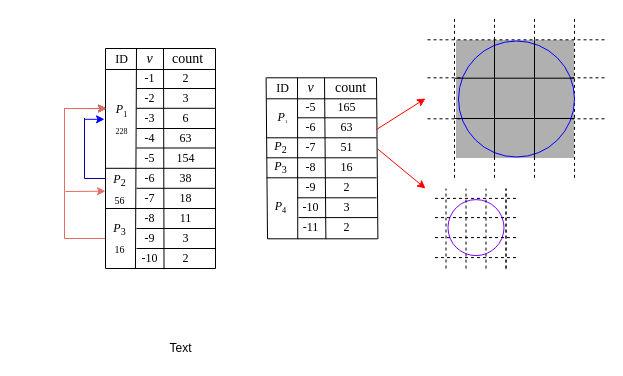
Above: a.drawio in lichunhong-learn/graph (draw.io), before the change. Source tidied: cells renumbered, new cells numbered last; positions are measured from the earlier drawing's top-left corner, leaving out a move shared by most shapes. Both pictures are drawn from the tidied source at 100%, with x=0, y=0 at pixel (24, 17).
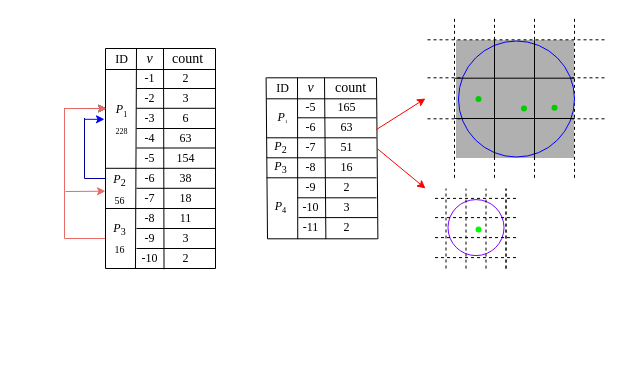
Above is the later version.

Change to the diagram source:
```diff
@@
-    <mxCell id="111" value="Text" style="text;html=1;align=center;verticalAlign=middle;" parent="1" vertex="1">
-      <mxGeometry x="136" y="321" width="40" height="20" as="geometry" />
-    </mxCell>
+    <mxCell id="112" style="shape=waypoint;sketch=0;fillStyle=solid;size=6;fillColor=none;perimeter=centerPerimeter;strokeColor=#00CC00;" parent="1" vertex="1">
+      <mxGeometry x="479.5" y="71" width="40" height="40" as="geometry" />
+    </mxCell>
+    <mxCell id="113" style="shape=waypoint;sketch=0;fillStyle=solid;size=6;fillColor=none;perimeter=centerPerimeter;strokeColor=#00FF00;" parent="1" vertex="1">
+      <mxGeometry x="434" y="192" width="40" height="40" as="geometry" />
+    </mxCell>
+    <mxCell id="114" style="shape=waypoint;sketch=0;fillStyle=solid;size=6;fillColor=none;perimeter=centerPerimeter;strokeColor=#00CC00;" parent="1" vertex="1">
+      <mxGeometry x="510" y="70.3" width="40" height="40" as="geometry" />
+    </mxCell>
+    <mxCell id="115" style="shape=waypoint;sketch=0;fillStyle=solid;size=6;fillColor=none;perimeter=centerPerimeter;strokeColor=#00CC00;" parent="1" vertex="1">
+      <mxGeometry x="434" y="61.5" width="40" height="40" as="geometry" />
+    </mxCell>
```
